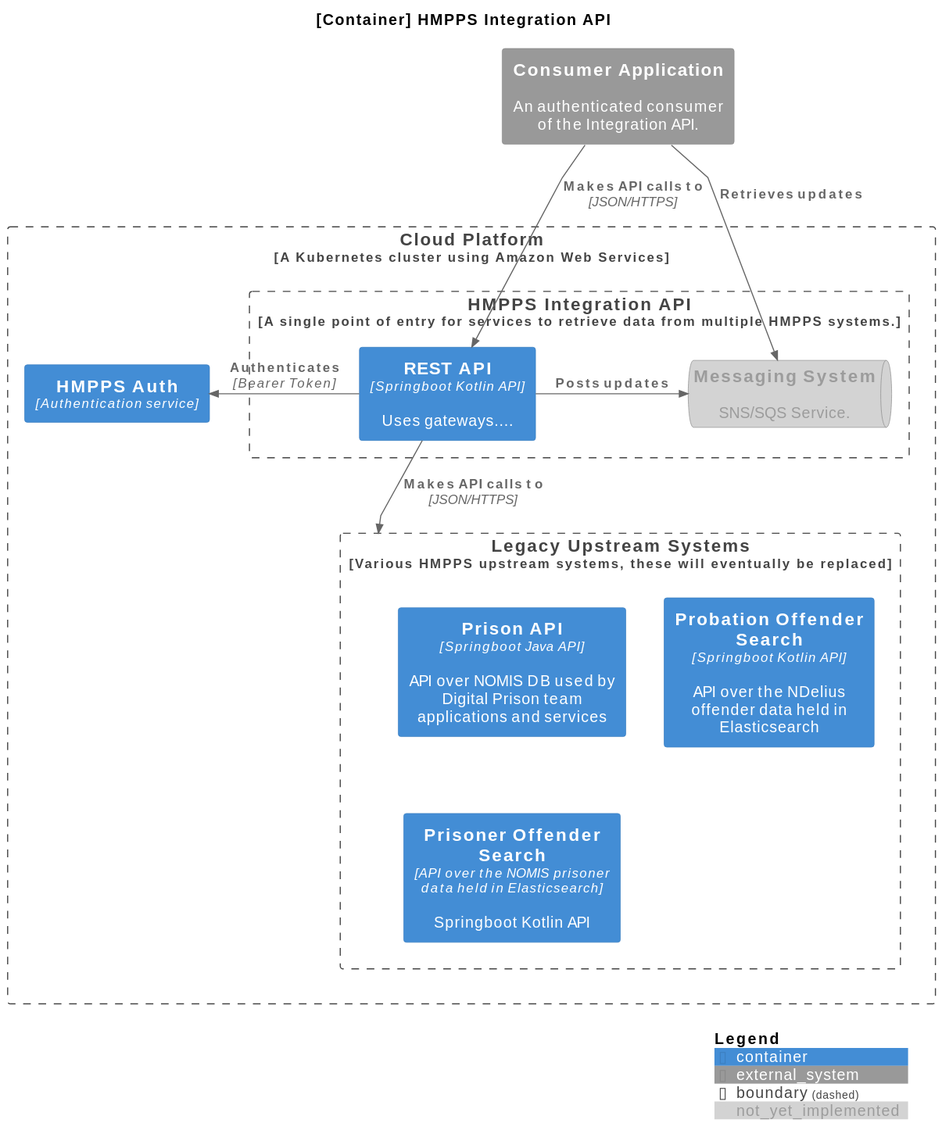
The PlantUML diagram docs/diagrams/container.svg in ministryofjustice/hmpps-integration-api, before a commit.
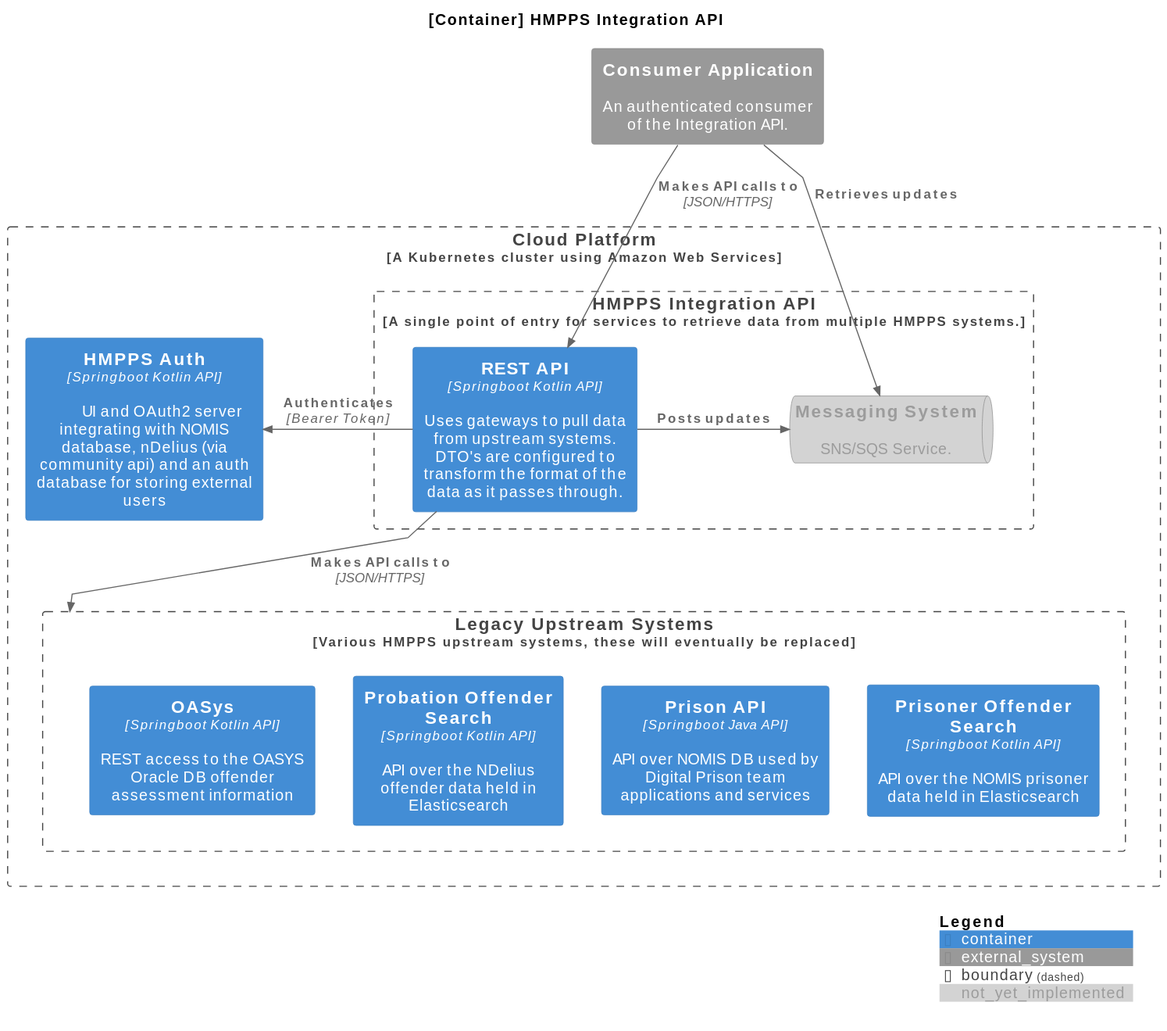
After the commit.

Commit message:
Exported .PUML PlantUML diagrams to .SVG

The edit, as a diff of the source:
```diff
@@ -10,30 +10,28 @@
 System_Ext(consumer, "Consumer Application", "An authenticated consumer of the Integration API.")
 
 Boundary(aws_cloudplatform, "Cloud Platform", "A Kubernetes cluster using Amazon Web Services", $link="https://user-guide.cloud-platform.service.justice.gov.uk/documentation/concepts/cp-tech-overview.html") {
-    Boundary(hmpps_integration_api, "HMPPS Integration API", "A single point of entry for services to retrieve data from multiple HMPPS systems.", $link="https://github.com/ministryofjustice/hmpps-integration-api"){
-        Container(springboot_api, "REST API", "Springboot Kotlin API", "Uses gateways....")
+    Boundary(hmpps_integration_api, "HMPPS Integration API", "A single point of entry for services to retrieve data from multiple HMPPS systems."){
+        Container(springboot_api, "REST API", "Springboot Kotlin API", "Uses gateways to pull data from upstream systems. DTO's are configured to transform the format of the data as it passes through.", $link="https://github.com/ministryofjustice/hmpps-integration-api")
             SystemQueue_Ext(messaging, "Messaging System", "SNS/SQS Service.",$tags="not_yet_implemented")
     }
 
-    Container(hmpps_auth, "HMPPS Auth", "Authentication service", $link="https://github.com/ministryofjustice/hmpps-auth")
+    Container(hmpps_auth, "HMPPS Auth", "Springboot Kotlin API", "	UI and OAuth2 server integrating with NOMIS database, nDelius (via community api) and an auth database for storing external users", $link="https://github.com/ministryofjustice/hmpps-auth")
 
     Boundary(upstream, "Legacy Upstream Systems", "Various HMPPS upstream systems, these will eventually be replaced"){
-        Container(prison_api, "Prison API", "Springboot Java API", "API over NOMIS DB used by Digital Prison team applications and services")
+        Container(prison_api, "Prison API", "Springboot Java API", "API over NOMIS DB used by Digital Prison team applications and services", $link="https://github.com/ministryofjustice/prison-api")
+        Container(probation_offender_search, "Probation Offender Search", "Springboot Kotlin API", "API over the NDelius offender data held in Elasticsearch", $link="https://probation-offender-search-dev.hmpps.service.justice.gov.uk/swagger-ui/index.html")
+        Container(prison_offender_search, "Prisoner Offender Search", "Springboot Kotlin API", "API over the NOMIS prisoner data held in Elasticsearch", $link="https://github.com/ministryofjustice/prisoner-offender-search")
+        Container(oasys, "OASys", "Springboot Kotlin API", "REST access to the OASYS Oracle DB offender assessment information", $link="https://github.com/ministryofjustice/offender-assessments-api-kotlin", $tags="not_yet_implemented")
+        Lay_L(prison_offender_search, prison_api)
+    }
 
-        Container(probation_offender_search, "Probation Offender Search", "Springboot Kotlin API", "API over the NDelius offender data held in Elasticsearch")
-
-        Container(prison_offender_search, "Prisoner Offender Search", "API over the NOMIS prisoner data held in Elasticsearch",  "Springboot Kotlin API")
-    }
+    Container(oasys, "OASys", "Springboot Kotlin API", "REST access to the OASYS Oracle DB offender assessment information")
 }
 
 Rel(consumer, springboot_api, "Makes API calls to", "JSON/HTTPS")
 Rel(consumer, messaging, "Retrieves updates")
-
 Rel_Right(springboot_api, messaging, "Posts updates")
-
-
 Rel_Right(springboot_api, hmpps_auth, "Authenticates", "Bearer Token")
-
 Rel_Down(springboot_api, upstream, "Makes API calls to", "JSON/HTTPS")
 
 SHOW_DYNAMIC_LEGEND()
```
